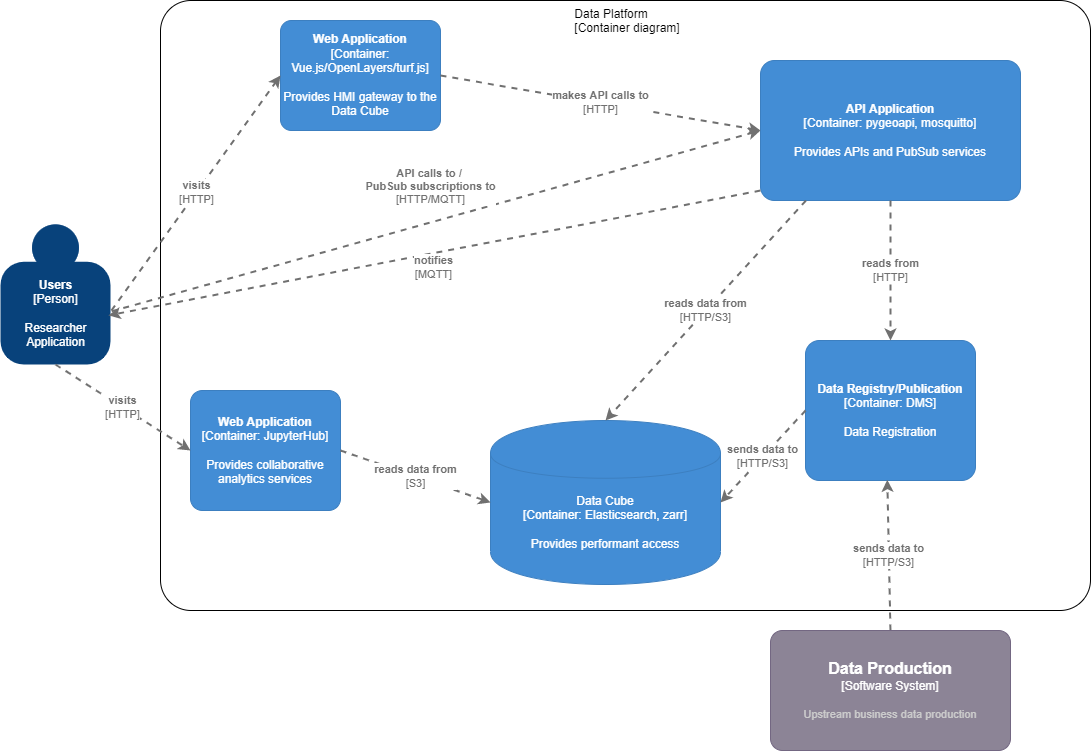
Earlier version of the draw.io export architecture/c4.container.png (ECCC-MSC/msc-data-platform). Source tidied: cells renumbered, new cells last; positions are measured from the earlier drawing's top-left corner, leaving out a move shared by most shapes.
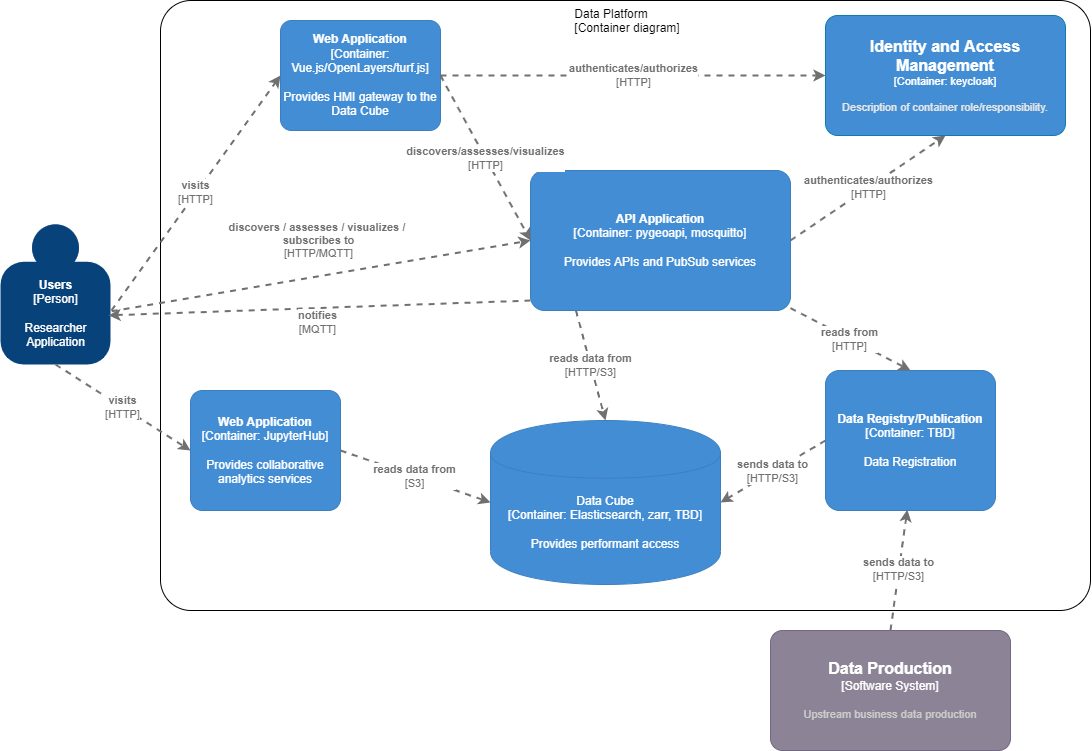
Above is the later version.

The edit, as a diff of the source:
```diff
@@ -7,12 +7,12 @@
         <mxGeometry x="160" width="930" height="610" as="geometry" />
       </mxCell>
     </object>
-    <object id="3" label="&lt;b&gt;%c4Name%&lt;/b&gt;&lt;div&gt;[%c4Type%: %c4Technology%]&lt;/div&gt;&lt;br&gt;&lt;div&gt;%c4Description%&lt;/div&gt;" c4Description="Data Registration" c4Name="Data Registry/Publication" c4Technology="DMS" c4Type="Container" placeholders="1">
+    <object id="3" label="&lt;b&gt;%c4Name%&lt;/b&gt;&lt;div&gt;[%c4Type%: %c4Technology%]&lt;/div&gt;&lt;br&gt;&lt;div&gt;%c4Description%&lt;/div&gt;" c4Description="Data Registration" c4Name="Data Registry/Publication" c4Technology="TBD" c4Type="Container" placeholders="1">
       <mxCell style="rounded=1;whiteSpace=wrap;html=1;labelBackgroundColor=none;fillColor=#438DD5;fontColor=#ffffff;align=center;arcSize=10;strokeColor=#3C7FC0;metaData={&quot;c4Type&quot;:{&quot;editable&quot;:false}};points=[[0.25,0,0],[0.5,0,0],[0.75,0,0],[1,0.25,0],[1,0.5,0],[1,0.75,0],[0.75,1,0],[0.5,1,0],[0.25,1,0],[0,0.75,0],[0,0.5,0],[0,0.25,0]];" parent="1" vertex="1">
-        <mxGeometry x="805" y="340" width="170" height="140" as="geometry" />
+        <mxGeometry x="825" y="370" width="170" height="140" as="geometry" />
       </mxCell>
     </object>
-    <object id="4" label="%c4Type%&lt;div&gt;[Container:&amp;nbsp;%c4Technology%]&lt;/div&gt;&lt;br&gt;&lt;div&gt;%c4Description%&lt;/div&gt;" c4Description="Provides performant access" c4Name="Data Cube" c4Technology="Elasticsearch, zarr" c4Type="Data Cube" placeholders="1">
+    <object id="4" label="%c4Type%&lt;div&gt;[Container:&amp;nbsp;%c4Technology%]&lt;/div&gt;&lt;br&gt;&lt;div&gt;%c4Description%&lt;/div&gt;" c4Description="Provides performant access" c4Name="Data Cube" c4Technology="Elasticsearch, zarr, TBD" c4Type="Data Cube" placeholders="1">
       <mxCell style="shape=cylinder;whiteSpace=wrap;html=1;boundedLbl=1;rounded=0;labelBackgroundColor=none;fillColor=#438DD5;fontSize=12;fontColor=#ffffff;align=center;strokeColor=#3C7FC0;points=[[0.5,0,0],[1,0.25,0],[1,0.5,0],[1,0.75,0],[0.5,1,0],[0,0.75,0],[0,0.5,0],[0,0.25,0]];metaData={&quot;c4Type&quot;:{&quot;editable&quot;:false}};" parent="1" vertex="1">
         <mxGeometry x="490" y="420" width="230" height="164" as="geometry" />
       </mxCell>
@@ -29,7 +29,7 @@
     </object>
     <object id="7" label="&lt;b&gt;%c4Name%&lt;/b&gt;&lt;div&gt;[%c4Type%: %c4Technology%]&lt;/div&gt;&lt;br&gt;&lt;div&gt;%c4Description%&lt;/div&gt;" c4Description="Provides APIs and PubSub services" c4Name="API Application" c4Technology="pygeoapi, mosquitto" c4Type="Container" placeholders="1">
       <mxCell style="rounded=1;whiteSpace=wrap;html=1;labelBackgroundColor=none;fillColor=#438DD5;fontColor=#ffffff;align=center;arcSize=10;strokeColor=#3C7FC0;metaData={&quot;c4Type&quot;:{&quot;editable&quot;:false}};points=[[0.25,0,0],[0.5,0,0],[0.75,0,0],[1,0.25,0],[1,0.5,0],[1,0.75,0],[0.75,1,0],[0.5,1,0],[0.25,1,0],[0,0.75,0],[0,0.5,0],[0,0.25,0]];" parent="1" vertex="1">
-        <mxGeometry x="760" y="60" width="260" height="140" as="geometry" />
+        <mxGeometry x="530" y="170" width="260" height="140" as="geometry" />
       </mxCell>
     </object>
     <object id="8" label="&lt;div style=&quot;text-align: left&quot;&gt;&lt;div style=&quot;text-align: center&quot;&gt;&lt;b&gt;%c4Description%&lt;/b&gt;&lt;/div&gt;&lt;div style=&quot;text-align: center&quot;&gt;[%c4Technology%]&lt;/div&gt;&lt;/div&gt;" c4Description="reads from" c4Technology="HTTP" c4Type="Relationship" placeholders="1">
@@ -42,7 +42,7 @@
         <mxGeometry x="280" y="20" width="160" height="110" as="geometry" />
       </mxCell>
     </object>
-    <object id="10" label="&lt;div style=&quot;text-align: left&quot;&gt;&lt;div style=&quot;text-align: center&quot;&gt;&lt;b&gt;%c4Description%&lt;/b&gt;&lt;/div&gt;&lt;div style=&quot;text-align: center&quot;&gt;[%c4Technology%]&lt;/div&gt;&lt;/div&gt;" c4Description="makes API calls to" c4Technology="HTTP" c4Type="Relationship" placeholders="1">
+    <object id="10" label="&lt;div style=&quot;text-align: left&quot;&gt;&lt;div style=&quot;text-align: center&quot;&gt;&lt;b&gt;%c4Description%&lt;/b&gt;&lt;/div&gt;&lt;div style=&quot;text-align: center&quot;&gt;[%c4Technology%]&lt;/div&gt;&lt;/div&gt;" c4Description="discovers/assesses/visualizes" c4Technology="HTTP" c4Type="Relationship" placeholders="1">
       <mxCell style="edgeStyle=none;rounded=0;html=1;entryX=0;entryY=0.5;jettySize=auto;strokeColor=#707070;strokeWidth=2;fontColor=#707070;jumpStyle=none;dashed=1;metaData={&quot;c4Type&quot;:{&quot;editable&quot;:false}};exitX=1;exitY=0.5;exitDx=0;exitDy=0;exitPerimeter=0;entryDx=0;entryDy=0;entryPerimeter=0;" parent="1" edge="1" source="9" target="7">
         <mxGeometry relative="1" as="geometry" />
       </mxCell>
@@ -57,7 +57,7 @@
         <mxGeometry y="224" width="110" height="140" as="geometry" />
       </mxCell>
     </object>
-    <object id="13" label="&lt;div style=&quot;text-align: left&quot;&gt;&lt;div style=&quot;text-align: center&quot;&gt;&lt;b&gt;%c4Description%&lt;/b&gt;&lt;/div&gt;&lt;div style=&quot;text-align: center&quot;&gt;[%c4Technology%]&lt;/div&gt;&lt;/div&gt;" c4Description="API calls to / &#10;PubSub subscriptions to" c4Technology="HTTP/MQTT" c4Type="Relationship" placeholders="1">
+    <object id="13" label="&lt;div style=&quot;text-align: left&quot;&gt;&lt;div style=&quot;text-align: center&quot;&gt;&lt;b&gt;%c4Description%&lt;/b&gt;&lt;/div&gt;&lt;div style=&quot;text-align: center&quot;&gt;[%c4Technology%]&lt;/div&gt;&lt;/div&gt;" c4Description="discovers / assesses / visualizes / &#10;subscribes to" c4Technology="HTTP/MQTT" c4Type="Relationship" placeholders="1">
       <mxCell style="edgeStyle=none;rounded=0;html=1;entryX=0;entryY=0.5;jettySize=auto;strokeColor=#707070;strokeWidth=2;fontColor=#707070;jumpStyle=none;dashed=1;metaData={&quot;c4Type&quot;:{&quot;editable&quot;:false}};exitX=1.011;exitY=0.62;exitDx=0;exitDy=0;exitPerimeter=0;entryDx=0;entryDy=0;entryPerimeter=0;" parent="1" edge="1" source="12" target="7">
         <mxGeometry x="0.01" y="35" relative="1" as="geometry" />
       </mxCell>
@@ -92,5 +92,20 @@
         <mxGeometry relative="1" as="geometry" />
       </mxCell>
     </object>
+    <object id="20" label="&lt;font style=&quot;font-size: 16px&quot;&gt;&lt;b&gt;%c4Name%&lt;/b&gt;&lt;/font&gt;&lt;div&gt;[%c4Type%: %c4Technology%]&lt;/div&gt;&lt;br&gt;&lt;div&gt;&lt;font style=&quot;font-size: 11px&quot;&gt;&lt;font color=&quot;#E6E6E6&quot;&gt;%c4Description%&lt;/font&gt;&lt;/div&gt;" c4Description="Description of container role/responsibility." c4Name="Identity and Access Management" c4Technology="keycloak" c4Type="Container" placeholders="1">
+      <mxCell style="rounded=1;whiteSpace=wrap;html=1;fontSize=11;labelBackgroundColor=none;fillColor=#438DD5;fontColor=#ffffff;align=center;arcSize=10;strokeColor=#0E7DAD;points=[[0.25,0,0],[0.5,0,0],[0.75,0,0],[1,0.25,0],[1,0.5,0],[1,0.75,0],[0.75,1,0],[0.5,1,0],[0.25,1,0],[0,0.75,0],[0,0.5,0],[0,0.25,0]];" parent="1" vertex="1">
+        <mxGeometry x="825" y="15" width="240" height="120" as="geometry" />
+      </mxCell>
+    </object>
+    <object id="21" label="&lt;div style=&quot;text-align: left&quot;&gt;&lt;div style=&quot;text-align: center&quot;&gt;&lt;b&gt;%c4Description%&lt;/b&gt;&lt;/div&gt;&lt;div style=&quot;text-align: center&quot;&gt;[%c4Technology%]&lt;/div&gt;&lt;/div&gt;" c4Description="authenticates/authorizes" c4Technology="HTTP" c4Type="Relationship" placeholders="1">
+      <mxCell style="edgeStyle=none;rounded=0;html=1;entryX=0;entryY=0.5;jettySize=auto;strokeColor=#707070;strokeWidth=2;fontColor=#707070;jumpStyle=none;dashed=1;metaData={&quot;c4Type&quot;:{&quot;editable&quot;:false}};exitX=1;exitY=0.5;exitDx=0;exitDy=0;exitPerimeter=0;entryDx=0;entryDy=0;entryPerimeter=0;" parent="1" edge="1" source="9" target="20">
+        <mxGeometry relative="1" as="geometry" />
+      </mxCell>
+    </object>
+    <object id="22" label="&lt;div style=&quot;text-align: left&quot;&gt;&lt;div style=&quot;text-align: center&quot;&gt;&lt;b&gt;%c4Description%&lt;/b&gt;&lt;/div&gt;&lt;div style=&quot;text-align: center&quot;&gt;[%c4Technology%]&lt;/div&gt;&lt;/div&gt;" c4Description="authenticates/authorizes" c4Technology="HTTP" c4Type="Relationship" placeholders="1">
+      <mxCell style="edgeStyle=none;rounded=0;html=1;entryX=0.5;entryY=1;jettySize=auto;strokeColor=#707070;strokeWidth=2;fontColor=#707070;jumpStyle=none;dashed=1;metaData={&quot;c4Type&quot;:{&quot;editable&quot;:false}};exitX=1;exitY=0.5;exitDx=0;exitDy=0;exitPerimeter=0;entryDx=0;entryDy=0;entryPerimeter=0;" parent="1" edge="1" source="7" target="20">
+        <mxGeometry relative="1" as="geometry" />
+      </mxCell>
+    </object>
   </root>
 </mxGraphModel>
```
